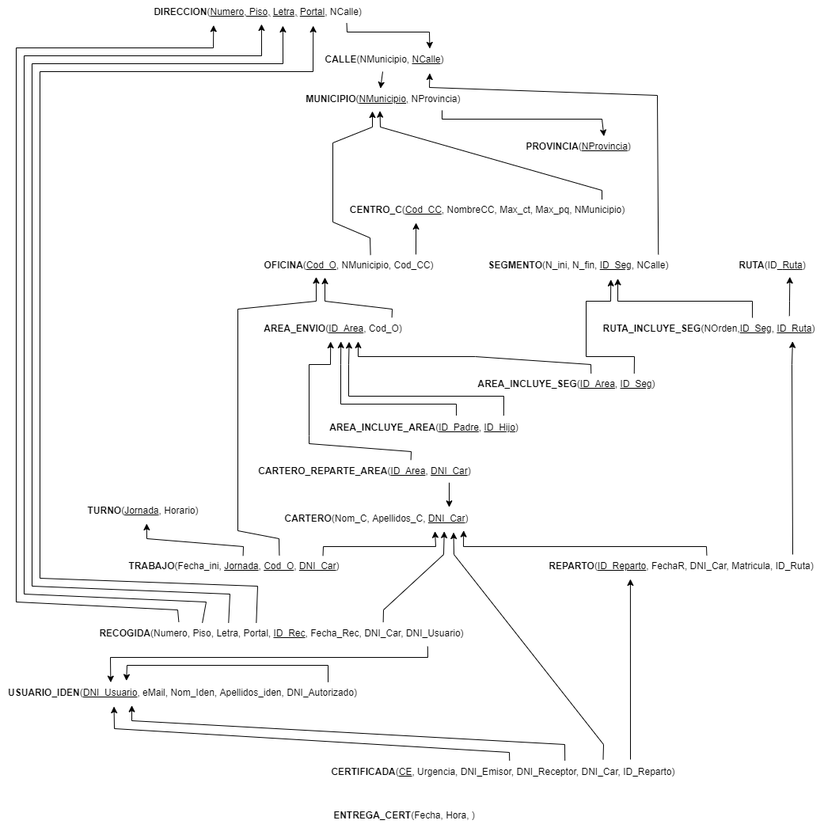
Above: Hito1/Modelo relacional.drawio.png in ErYavi/BBDD22 (draw.io), before the change. Source tidied: cells renumbered, new cells last; positions are measured from the earlier drawing's top-left corner, leaving out a move shared by most shapes.
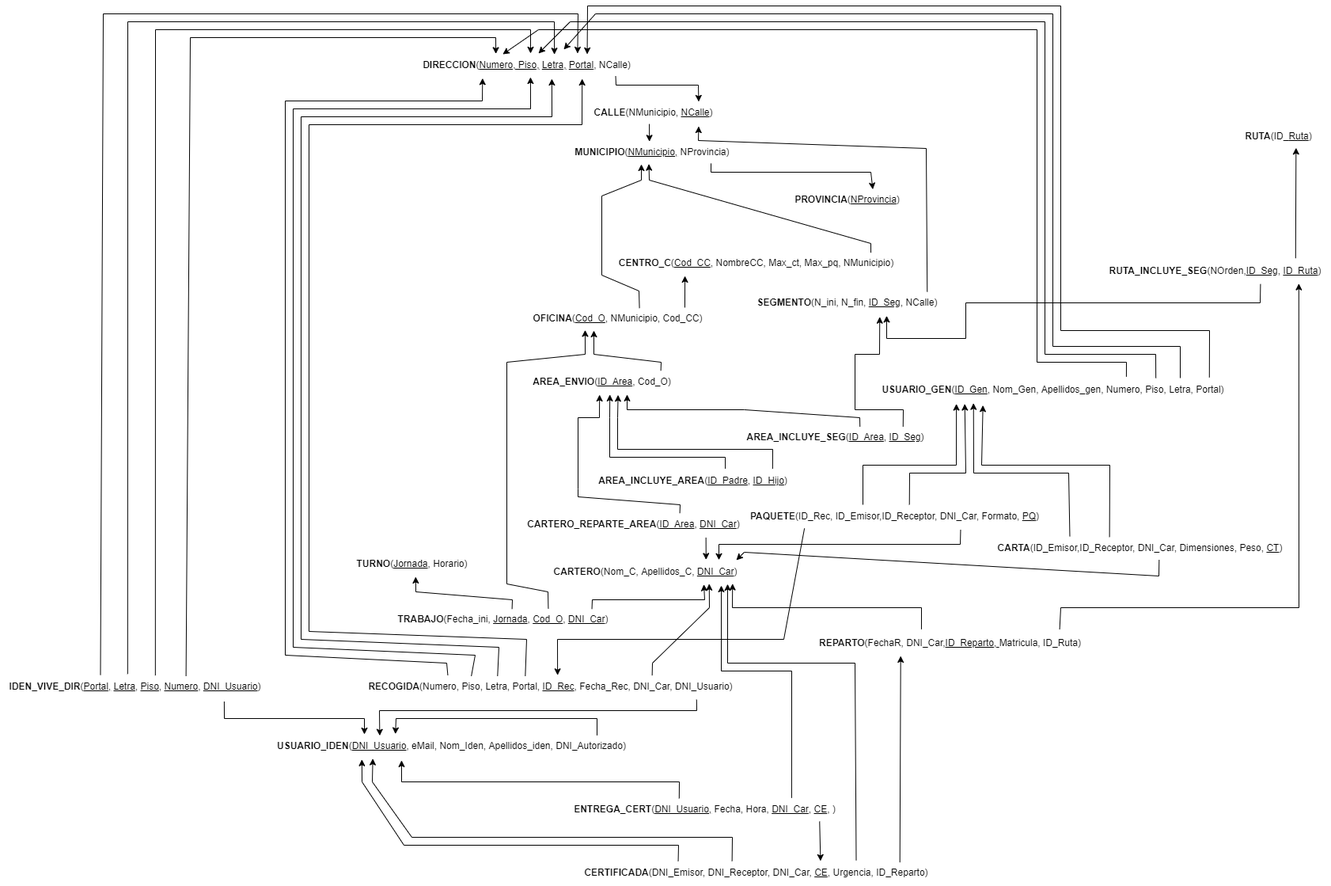
The same diagram one commit later.

What changed in the source:
```diff
@@ -51,10 +51,10 @@
       <mxGeometry relative="1" as="geometry" />
     </mxCell>
     <mxCell id="12" value="&lt;b&gt;RUTA&lt;/b&gt;(ID_&lt;u&gt;Ruta&lt;/u&gt;)" style="text;html=1;align=center;verticalAlign=middle;points=[];strokeColor=none;fillColor=none;" parent="1" vertex="1">
-      <mxGeometry x="920" y="320" width="110" height="30" as="geometry" />
+      <mxGeometry x="1220" y="90" width="110" height="30" as="geometry" />
     </mxCell>
     <mxCell id="13" value="&lt;b&gt;SEGMENTO&lt;/b&gt;(N_ini, N_fin, &lt;u&gt;ID_Seg&lt;/u&gt;, NCalle)" style="text;html=1;align=center;verticalAlign=middle;points=[];strokeColor=none;fillColor=none;" parent="1" vertex="1">
-      <mxGeometry x="605" y="320" width="250" height="30" as="geometry" />
+      <mxGeometry x="605" y="300" width="250" height="30" as="geometry" />
     </mxCell>
     <mxCell id="14" style="endArrow=classic;html=1;rounded=0;exitX=0.888;exitY=0.963;exitDx=0;exitDy=0;exitPerimeter=0;entryX=0.838;entryY=0.032;entryDx=0;entryDy=0;entryPerimeter=0;" parent="1" edge="1" source="2" target="3">
       <mxGeometry relative="1" as="geometry">
@@ -64,7 +64,7 @@
         </Array>
       </mxGeometry>
     </mxCell>
-    <mxCell id="15" style="endArrow=classic;html=1;rounded=0;entryX=0.478;entryY=0.044;entryDx=0;entryDy=0;entryPerimeter=0;" parent="1" edge="1" source="3" target="4">
+    <mxCell id="15" style="endArrow=classic;html=1;rounded=0;entryX=0.478;entryY=0.044;entryDx=0;entryDy=0;entryPerimeter=0;exitX=0.471;exitY=0.97;exitDx=0;exitDy=0;exitPerimeter=0;" parent="1" edge="1" source="3" target="4">
       <mxGeometry relative="1" as="geometry" />
     </mxCell>
     <mxCell id="16" style="endArrow=classic;html=1;rounded=0;exitX=0.905;exitY=0.032;exitDx=0;exitDy=0;exitPerimeter=0;entryX=0.838;entryY=1.067;entryDx=0;entryDy=0;entryPerimeter=0;" parent="1" edge="1" source="13" target="3">
@@ -76,22 +76,20 @@
       </mxGeometry>
     </mxCell>
     <mxCell id="17" value="&lt;b&gt;RUTA_INCLUYE_SEG&lt;/b&gt;(NOrden,&lt;u&gt;ID_Seg,&lt;/u&gt;&amp;nbsp;&lt;u&gt;ID_Ruta&lt;/u&gt;)" style="text;html=1;align=center;verticalAlign=middle;points=[];strokeColor=none;fillColor=none;" parent="1" vertex="1">
-      <mxGeometry x="750" y="400" width="290" height="30" as="geometry" />
+      <mxGeometry x="1050" y="260" width="290" height="30" as="geometry" />
     </mxCell>
-    <mxCell id="18" style="endArrow=classic;html=1;rounded=0;exitX=0.69;exitY=0.032;exitDx=0;exitDy=0;exitPerimeter=0;entryX=0.7;entryY=1.044;entryDx=0;entryDy=0;entryPerimeter=0;" parent="1" edge="1" source="17" target="13">
+    <mxCell id="18" style="endArrow=classic;html=1;rounded=0;entryX=0.7;entryY=1.044;entryDx=0;entryDy=0;entryPerimeter=0;exitX=0.698;exitY=1.044;exitDx=0;exitDy=0;exitPerimeter=0;" parent="1" edge="1" source="17" target="13">
       <mxGeometry relative="1" as="geometry">
         <Array as="points">
-          <mxPoint x="950" y="380" />
-          <mxPoint x="780" y="380" />
+          <mxPoint x="1252" y="315" />
+          <mxPoint x="880" y="315" />
+          <mxPoint x="880" y="360" />
+          <mxPoint x="780" y="360" />
         </Array>
       </mxGeometry>
     </mxCell>
     <mxCell id="19" style="endArrow=classic;html=1;rounded=0;entryX=0.703;entryY=0.975;entryDx=0;entryDy=0;entryPerimeter=0;exitX=0.851;exitY=-0.044;exitDx=0;exitDy=0;exitPerimeter=0;" parent="1" edge="1" source="17" target="12">
-      <mxGeometry relative="1" as="geometry">
-        <Array as="points">
-          <mxPoint x="997" y="380" />
-        </Array>
-      </mxGeometry>
+      <mxGeometry relative="1" as="geometry" />
     </mxCell>
     <mxCell id="20" value="&lt;b&gt;AREA_ENVIO&lt;/b&gt;(&lt;u&gt;ID_Area&lt;/u&gt;, Cod_O)" style="text;html=1;align=center;verticalAlign=middle;points=[];strokeColor=none;fillColor=none;" parent="1" vertex="1">
       <mxGeometry x="320" y="400" width="200" height="30" as="geometry" />
@@ -148,14 +146,14 @@
         </Array>
       </mxGeometry>
     </mxCell>
-    <mxCell id="28" value="&lt;b&gt;REPARTO&lt;/b&gt;(&lt;u&gt;ID_Reparto&lt;/u&gt;, FechaR, DNI_Car, Matricula, ID_Ruta)" style="text;html=1;align=center;verticalAlign=middle;points=[];strokeColor=none;fillColor=none;" parent="1" vertex="1">
-      <mxGeometry x="680" y="700" width="360" height="30" as="geometry" />
+    <mxCell id="28" value="&lt;b&gt;REPARTO&lt;/b&gt;(FechaR, DNI_Car,&lt;u&gt;ID_Reparto,&amp;nbsp;&lt;/u&gt;Matricula, ID_Ruta)" style="text;html=1;align=center;verticalAlign=middle;points=[];strokeColor=none;fillColor=none;" parent="1" vertex="1">
+      <mxGeometry x="685" y="730" width="350" height="30" as="geometry" />
     </mxCell>
-    <mxCell id="29" style="endArrow=classic;html=1;rounded=0;entryX=0.865;entryY=1.021;entryDx=0;entryDy=0;entryPerimeter=0;" parent="1" edge="1" target="17">
+    <mxCell id="29" style="endArrow=classic;html=1;rounded=0;entryX=0.865;entryY=1.021;entryDx=0;entryDy=0;entryPerimeter=0;exitX=0.896;exitY=-0.092;exitDx=0;exitDy=0;exitPerimeter=0;" parent="1" edge="1" source="28" target="17">
       <mxGeometry relative="1" as="geometry">
-        <mxPoint x="1001" y="700" as="sourcePoint" />
         <Array as="points">
-          <mxPoint x="1000" y="460" />
+          <mxPoint x="1000" y="700" />
+          <mxPoint x="1301" y="700" />
         </Array>
       </mxGeometry>
     </mxCell>
@@ -176,14 +174,14 @@
         </Array>
       </mxGeometry>
     </mxCell>
-    <mxCell id="33" style="endArrow=classic;html=1;rounded=0;exitX=0.869;exitY=0.975;exitDx=0;exitDy=0;exitPerimeter=0;entryX=0.868;entryY=0.009;entryDx=0;entryDy=0;entryPerimeter=0;" parent="1" edge="1" source="31" target="30">
+    <mxCell id="33" style="endArrow=classic;html=1;rounded=0;exitX=0.816;exitY=1.048;exitDx=0;exitDy=0;exitPerimeter=0;entryX=0.807;entryY=-0.019;entryDx=0;entryDy=0;entryPerimeter=0;" parent="1" edge="1" source="31" target="30">
       <mxGeometry relative="1" as="geometry" />
     </mxCell>
-    <mxCell id="34" style="endArrow=classic;html=1;rounded=0;exitX=0.59;exitY=0.032;exitDx=0;exitDy=0;exitPerimeter=0;entryX=0.941;entryY=0.987;entryDx=0;entryDy=0;entryPerimeter=0;" parent="1" edge="1" source="28" target="30">
+    <mxCell id="34" style="endArrow=classic;html=1;rounded=0;exitX=0.397;exitY=-0.091;exitDx=0;exitDy=0;exitPerimeter=0;entryX=0.941;entryY=0.987;entryDx=0;entryDy=0;entryPerimeter=0;" parent="1" edge="1" source="28" target="30">
       <mxGeometry relative="1" as="geometry">
         <Array as="points">
-          <mxPoint x="892" y="690" />
-          <mxPoint x="585" y="690" />
+          <mxPoint x="824" y="700" />
+          <mxPoint x="585" y="700" />
         </Array>
       </mxGeometry>
     </mxCell>
@@ -222,11 +220,11 @@
     <mxCell id="40" value="&lt;b&gt;RECOGIDA&lt;/b&gt;(Numero, Piso, Letra, Portal,&amp;nbsp;&lt;u&gt;ID_Rec&lt;/u&gt;, Fecha_Rec, DNI_Car, DNI_Usuario)" style="text;html=1;align=center;verticalAlign=middle;points=[];strokeColor=none;fillColor=none;" parent="1" vertex="1">
       <mxGeometry x="115" y="785" width="480" height="30" as="geometry" />
     </mxCell>
-    <mxCell id="41" style="endArrow=classic;html=1;rounded=0;entryX=0.843;entryY=1.027;entryDx=0;entryDy=0;entryPerimeter=0;exitX=0.768;exitY=0.019;exitDx=0;exitDy=0;exitPerimeter=0;" parent="1" edge="1" source="40" target="30">
+    <mxCell id="41" style="endArrow=classic;html=1;rounded=0;entryX=0.823;entryY=0.994;entryDx=0;entryDy=0;entryPerimeter=0;exitX=0.768;exitY=0.019;exitDx=0;exitDy=0;exitPerimeter=0;" parent="1" edge="1" source="40" target="30">
       <mxGeometry relative="1" as="geometry">
         <Array as="points">
           <mxPoint x="484" y="770" />
-          <mxPoint x="560" y="700" />
+          <mxPoint x="556" y="700" />
         </Array>
       </mxGeometry>
     </mxCell>
@@ -289,38 +287,212 @@
         </Array>
       </mxGeometry>
     </mxCell>
-    <mxCell id="49" value="&lt;b&gt;CERTIFICADA&lt;/b&gt;(&lt;u&gt;CE&lt;/u&gt;, Urgencia, DNI_Emisor, DNI_Receptor, DNI_Car, ID_Reparto)" style="text;html=1;align=center;verticalAlign=middle;points=[];strokeColor=none;fillColor=none;" parent="1" vertex="1">
-      <mxGeometry x="405" y="960" width="460" height="30" as="geometry" />
+    <mxCell id="49" value="&lt;b&gt;CERTIFICADA&lt;/b&gt;(DNI_Emisor, DNI_Receptor, DNI_Car,&amp;nbsp;&lt;u&gt;CE&lt;/u&gt;, Urgencia,&amp;nbsp;ID_Reparto)" style="text;html=1;align=center;verticalAlign=middle;points=[];strokeColor=none;fillColor=none;" parent="1" vertex="1">
+      <mxGeometry x="385" y="1020" width="460" height="30" as="geometry" />
     </mxCell>
-    <mxCell id="50" style="endArrow=classic;html=1;rounded=0;exitX=0.85;exitY=-0.033;exitDx=0;exitDy=0;exitPerimeter=0;entryX=0.322;entryY=1.033;entryDx=0;entryDy=0;entryPerimeter=0;" parent="1" edge="1" source="49" target="28">
+    <mxCell id="50" style="endArrow=classic;html=1;rounded=0;exitX=0.895;exitY=0.055;exitDx=0;exitDy=0;exitPerimeter=0;entryX=0.322;entryY=1.033;entryDx=0;entryDy=0;entryPerimeter=0;" parent="1" edge="1" source="49" target="28">
       <mxGeometry relative="1" as="geometry" />
     </mxCell>
-    <mxCell id="51" style="endArrow=classic;html=1;rounded=0;exitX=0.775;exitY=-0.037;exitDx=0;exitDy=0;exitPerimeter=0;entryX=0.89;entryY=1.067;entryDx=0;entryDy=0;entryPerimeter=0;" parent="1" edge="1" source="49" target="30">
+    <mxCell id="51" style="endArrow=classic;html=1;rounded=0;exitX=0.775;exitY=-0.037;exitDx=0;exitDy=0;exitPerimeter=0;entryX=0.916;entryY=1.004;entryDx=0;entryDy=0;entryPerimeter=0;" parent="1" edge="1" source="49" target="30">
       <mxGeometry relative="1" as="geometry">
         <Array as="points">
-          <mxPoint x="762" y="940" />
-          <mxPoint x="573" y="700" />
+          <mxPoint x="740" y="770" />
+          <mxPoint x="579" y="770" />
         </Array>
       </mxGeometry>
     </mxCell>
-    <mxCell id="52" style="endArrow=classic;html=1;rounded=0;exitX=0.67;exitY=0.009;exitDx=0;exitDy=0;exitPerimeter=0;entryX=0.361;entryY=1.021;entryDx=0;entryDy=0;entryPerimeter=0;" parent="1" edge="1" source="49" target="46">
+    <mxCell id="52" style="endArrow=classic;html=1;rounded=0;exitX=0.434;exitY=-0.002;exitDx=0;exitDy=0;exitPerimeter=0;entryX=0.284;entryY=1.019;entryDx=0;entryDy=0;entryPerimeter=0;" parent="1" edge="1" source="49" target="46">
       <mxGeometry relative="1" as="geometry">
         <Array as="points">
-          <mxPoint x="713" y="940" />
-          <mxPoint x="166" y="910" />
+          <mxPoint x="585" y="990" />
+          <mxPoint x="180" y="990" />
+          <mxPoint x="130" y="920" />
         </Array>
       </mxGeometry>
     </mxCell>
-    <mxCell id="53" style="endArrow=classic;html=1;rounded=0;exitX=0.518;exitY=0.009;exitDx=0;exitDy=0;exitPerimeter=0;entryX=0.312;entryY=1.067;entryDx=0;entryDy=0;entryPerimeter=0;" parent="1" edge="1" source="49" target="46">
+    <mxCell id="53" style="endArrow=classic;html=1;rounded=0;exitX=0.286;exitY=-0.002;exitDx=0;exitDy=0;exitPerimeter=0;entryX=0.254;entryY=1.057;entryDx=0;entryDy=0;entryPerimeter=0;" parent="1" edge="1" source="49" target="46">
       <mxGeometry relative="1" as="geometry">
         <Array as="points">
-          <mxPoint x="643" y="950" />
-          <mxPoint x="144" y="920" />
+          <mxPoint x="517" y="1000" />
+          <mxPoint x="170" y="1000" />
+          <mxPoint x="117" y="920" />
         </Array>
       </mxGeometry>
     </mxCell>
-    <mxCell id="54" value="&lt;b&gt;ENTREGA_CERT&lt;/b&gt;(Fecha, Hora, )" style="text;html=1;align=center;verticalAlign=middle;points=[];strokeColor=none;fillColor=none;" parent="1" vertex="1">
-      <mxGeometry x="410" y="1015" width="200" height="30" as="geometry" />
+    <mxCell id="54" value="&lt;b&gt;ENTREGA_CERT&lt;/b&gt;(&lt;u&gt;DNI_Usuario,&lt;/u&gt;&amp;nbsp;Fecha, Hora, &lt;u&gt;DNI_Car&lt;/u&gt;, &lt;u&gt;CE&lt;/u&gt;, )" style="text;html=1;align=center;verticalAlign=middle;points=[];strokeColor=none;fillColor=none;" parent="1" vertex="1">
+      <mxGeometry x="375" y="940" width="350" height="30" as="geometry" />
     </mxCell>
+    <mxCell id="55" style="endArrow=classic;html=1;rounded=0;exitX=0.915;exitY=0.998;exitDx=0;exitDy=0;exitPerimeter=0;entryX=0.677;entryY=-0.002;entryDx=0;entryDy=0;entryPerimeter=0;" parent="1" edge="1" source="54" target="49">
+      <mxGeometry relative="1" as="geometry" />
+    </mxCell>
+    <mxCell id="56" style="endArrow=classic;html=1;rounded=0;entryX=0.884;entryY=1.067;entryDx=0;entryDy=0;entryPerimeter=0;exitX=0.814;exitY=0.009;exitDx=0;exitDy=0;exitPerimeter=0;" parent="1" edge="1" source="54" target="30">
+      <mxGeometry relative="1" as="geometry">
+        <Array as="points">
+          <mxPoint x="660" y="780" />
+          <mxPoint x="571" y="780" />
+        </Array>
+      </mxGeometry>
+    </mxCell>
+    <mxCell id="57" style="endArrow=classic;html=1;rounded=0;exitX=0.408;exitY=0.029;exitDx=0;exitDy=0;exitPerimeter=0;entryX=0.363;entryY=1.095;entryDx=0;entryDy=0;entryPerimeter=0;" parent="1" edge="1" source="54" target="46">
+      <mxGeometry relative="1" as="geometry">
+        <Array as="points">
+          <mxPoint x="518" y="920" />
+          <mxPoint x="167" y="920" />
+        </Array>
+      </mxGeometry>
+    </mxCell>
+    <mxCell id="58" value="&lt;b&gt;USUARIO_GEN&lt;/b&gt;(&lt;u&gt;ID_Gen&lt;/u&gt;, Nom_Gen, Apellidos_gen, Numero, Piso, Letra, Portal)" style="text;html=1;align=center;verticalAlign=middle;points=[];strokeColor=none;fillColor=none;" parent="1" vertex="1">
+      <mxGeometry x="760" y="410" width="460" height="30" as="geometry" />
+    </mxCell>
+    <mxCell id="59" value="&lt;b&gt;IDEN_VIVE_DIR&lt;/b&gt;(&lt;u&gt;Portal,&lt;/u&gt;&amp;nbsp;&lt;u&gt;Letra&lt;/u&gt;, &lt;u&gt;Piso&lt;/u&gt;, &lt;u&gt;Numero&lt;/u&gt;, &lt;u&gt;DNI_Usuario&lt;/u&gt;)" style="text;html=1;align=center;verticalAlign=middle;points=[];strokeColor=none;fillColor=none;" parent="1" vertex="1">
+      <mxGeometry x="-340" y="785" width="340" height="30" as="geometry" />
+    </mxCell>
+    <mxCell id="60" style="endArrow=classic;html=1;rounded=0;exitX=0.832;exitY=1.117;exitDx=0;exitDy=0;exitPerimeter=0;" parent="1" edge="1" source="59">
+      <mxGeometry relative="1" as="geometry">
+        <mxPoint x="120" y="860" as="targetPoint" />
+        <Array as="points">
+          <mxPoint x="-57" y="840" />
+          <mxPoint x="120" y="840" />
+        </Array>
+      </mxGeometry>
+    </mxCell>
+    <mxCell id="61" style="endArrow=classic;html=1;rounded=0;exitX=0.69;exitY=0.046;exitDx=0;exitDy=0;exitPerimeter=0;entryX=0.366;entryY=0.017;entryDx=0;entryDy=0;entryPerimeter=0;" parent="1" edge="1" source="59" target="2">
+      <mxGeometry relative="1" as="geometry">
+        <Array as="points">
+          <mxPoint x="-100" y="-20" />
+          <mxPoint x="286" y="-20" />
+        </Array>
+      </mxGeometry>
+    </mxCell>
+    <mxCell id="62" style="endArrow=classic;html=1;rounded=0;exitX=0.576;exitY=0.019;exitDx=0;exitDy=0;exitPerimeter=0;" parent="1" edge="1" source="59">
+      <mxGeometry relative="1" as="geometry">
+        <mxPoint x="330" as="targetPoint" />
+        <Array as="points">
+          <mxPoint x="-144" y="-30" />
+          <mxPoint x="330" y="-30" />
+        </Array>
+      </mxGeometry>
+    </mxCell>
+    <mxCell id="63" style="endArrow=classic;html=1;rounded=0;exitX=0.473;exitY=-0.043;exitDx=0;exitDy=0;exitPerimeter=0;entryX=0.621;entryY=0.044;entryDx=0;entryDy=0;entryPerimeter=0;" parent="1" edge="1" source="59" target="2">
+      <mxGeometry relative="1" as="geometry">
+        <Array as="points">
+          <mxPoint x="-179" y="-40" />
+          <mxPoint x="360" y="-40" />
+        </Array>
+      </mxGeometry>
+    </mxCell>
+    <mxCell id="64" style="endArrow=classic;html=1;rounded=0;exitX=0.372;exitY=-0.005;exitDx=0;exitDy=0;exitPerimeter=0;entryX=0.722;entryY=0.002;entryDx=0;entryDy=0;entryPerimeter=0;" parent="1" edge="1" source="59" target="2">
+      <mxGeometry relative="1" as="geometry">
+        <Array as="points">
+          <mxPoint x="-210" y="-50" />
+          <mxPoint x="390" y="-50" />
+        </Array>
+      </mxGeometry>
+    </mxCell>
+    <mxCell id="65" style="endArrow=classic;html=1;rounded=0;exitX=0.93;exitY=-0.029;exitDx=0;exitDy=0;exitPerimeter=0;entryX=0.764;entryY=0.033;entryDx=0;entryDy=0;entryPerimeter=0;" parent="1" edge="1" source="58" target="2">
+      <mxGeometry relative="1" as="geometry">
+        <Array as="points">
+          <mxPoint x="1188" y="350" />
+          <mxPoint x="1000" y="350" />
+          <mxPoint x="1000" y="-60" />
+          <mxPoint x="402" y="-60" />
+        </Array>
+      </mxGeometry>
+    </mxCell>
+    <mxCell id="66" style="endArrow=classic;html=1;rounded=0;exitX=0.85;exitY=0;exitDx=0;exitDy=0;exitPerimeter=0;entryX=0.662;entryY=-0.167;entryDx=0;entryDy=0;entryPerimeter=0;" parent="1" edge="1" source="58" target="2">
+      <mxGeometry relative="1" as="geometry">
+        <Array as="points">
+          <mxPoint x="1151" y="370" />
+          <mxPoint x="990" y="370" />
+          <mxPoint x="990" y="-50" />
+          <mxPoint x="412" y="-50" />
+        </Array>
+      </mxGeometry>
+    </mxCell>
+    <mxCell id="67" style="endArrow=classic;html=1;rounded=0;exitX=0.783;exitY=0;exitDx=0;exitDy=0;exitPerimeter=0;" parent="1" edge="1" source="58">
+      <mxGeometry relative="1" as="geometry">
+        <mxPoint x="340" as="targetPoint" />
+        <Array as="points">
+          <mxPoint x="1120" y="380" />
+          <mxPoint x="980" y="380" />
+          <mxPoint x="980" y="-40" />
+          <mxPoint x="380" y="-40" />
+        </Array>
+      </mxGeometry>
+    </mxCell>
+    <mxCell id="68" style="endArrow=classic;html=1;rounded=0;entryX=0.396;entryY=0.035;entryDx=0;entryDy=0;entryPerimeter=0;exitX=0.702;exitY=-0.056;exitDx=0;exitDy=0;exitPerimeter=0;" parent="1" edge="1" source="58" target="2">
+      <mxGeometry relative="1" as="geometry">
+        <Array as="points">
+          <mxPoint x="1083" y="390" />
+          <mxPoint x="970" y="390" />
+          <mxPoint x="970" y="-30" />
+          <mxPoint x="340" y="-30" />
+        </Array>
+      </mxGeometry>
+    </mxCell>
+    <mxCell id="69" value="&lt;b&gt;PAQUETE&lt;/b&gt;(ID_Rec, ID_Emisor,ID_Receptor, DNI_Car, Formato, &lt;u&gt;PQ&lt;/u&gt;)" style="text;html=1;align=center;verticalAlign=middle;points=[];strokeColor=none;fillColor=none;" parent="1" vertex="1">
+      <mxGeometry x="595" y="570" width="390" height="30" as="geometry" />
+    </mxCell>
+    <mxCell id="70" value="&lt;b&gt;CARTA&lt;/b&gt;(ID_Emisor,ID_Receptor, DNI_Car, Dimensiones,&amp;nbsp;Peso,&amp;nbsp;&lt;u&gt;CT&lt;/u&gt;)" style="text;html=1;align=center;verticalAlign=middle;points=[];strokeColor=none;fillColor=none;" parent="1" vertex="1">
+      <mxGeometry x="910" y="610" width="380" height="30" as="geometry" />
+    </mxCell>
+    <mxCell id="71" style="endArrow=classic;html=1;rounded=0;exitX=0.548;exitY=-0.006;exitDx=0;exitDy=0;exitPerimeter=0;entryX=0.258;entryY=1.085;entryDx=0;entryDy=0;entryPerimeter=0;" parent="1" edge="1" source="69" target="58">
+      <mxGeometry relative="1" as="geometry">
+        <Array as="points">
+          <mxPoint x="809" y="530" />
+          <mxPoint x="880" y="530" />
+        </Array>
+      </mxGeometry>
+    </mxCell>
+    <mxCell id="72" style="endArrow=classic;html=1;rounded=0;entryX=0.235;entryY=1.085;entryDx=0;entryDy=0;entryPerimeter=0;" parent="1" edge="1" target="58">
+      <mxGeometry relative="1" as="geometry">
+        <mxPoint x="750" y="570" as="sourcePoint" />
+        <Array as="points">
+          <mxPoint x="750" y="520" />
+          <mxPoint x="868" y="520" />
+        </Array>
+      </mxGeometry>
+    </mxCell>
+    <mxCell id="73" style="endArrow=classic;html=1;rounded=0;exitX=0.208;exitY=0.994;exitDx=0;exitDy=0;exitPerimeter=0;entryX=0.519;entryY=0.009;entryDx=0;entryDy=0;entryPerimeter=0;" parent="1" edge="1" source="69" target="40">
+      <mxGeometry relative="1" as="geometry">
+        <Array as="points">
+          <mxPoint x="650" y="740" />
+          <mxPoint x="364" y="740" />
+        </Array>
+      </mxGeometry>
+    </mxCell>
+    <mxCell id="74" style="endArrow=classic;html=1;rounded=0;exitX=0.714;exitY=1.055;exitDx=0;exitDy=0;exitPerimeter=0;entryX=0.872;entryY=-0.006;entryDx=0;entryDy=0;entryPerimeter=0;" parent="1" edge="1" source="69" target="30">
+      <mxGeometry relative="1" as="geometry">
+        <Array as="points">
+          <mxPoint x="873" y="620" />
+          <mxPoint x="568" y="620" />
+        </Array>
+      </mxGeometry>
+    </mxCell>
+    <mxCell id="75" style="endArrow=classic;html=1;rounded=0;exitX=0.267;exitY=-0.006;exitDx=0;exitDy=0;exitPerimeter=0;entryX=0.282;entryY=1.055;entryDx=0;entryDy=0;entryPerimeter=0;" parent="1" edge="1" source="70" target="58">
+      <mxGeometry relative="1" as="geometry">
+        <Array as="points">
+          <mxPoint x="1010" y="530" />
+          <mxPoint x="890" y="530" />
+        </Array>
+      </mxGeometry>
+    </mxCell>
+    <mxCell id="76" style="endArrow=classic;html=1;rounded=0;exitX=0.399;exitY=0.024;exitDx=0;exitDy=0;exitPerimeter=0;entryX=0.308;entryY=1.145;entryDx=0;entryDy=0;entryPerimeter=0;" parent="1" edge="1" source="70" target="58">
+      <mxGeometry relative="1" as="geometry">
+        <Array as="points">
+          <mxPoint x="1062" y="520" />
+          <mxPoint x="900" y="520" />
+        </Array>
+      </mxGeometry>
+    </mxCell>
+    <mxCell id="77" style="endArrow=classic;html=1;rounded=0;exitX=0.564;exitY=0.994;exitDx=0;exitDy=0;exitPerimeter=0;" parent="1" edge="1" source="70">
+      <mxGeometry relative="1" as="geometry">
+        <mxPoint x="590" y="640" as="targetPoint" />
+        <Array as="points">
+          <mxPoint x="1124" y="660" />
+          <mxPoint x="600" y="630" />
+        </Array>
+      </mxGeometry>
+    </mxCell>
   </root>
 </mxGraphModel>
```
